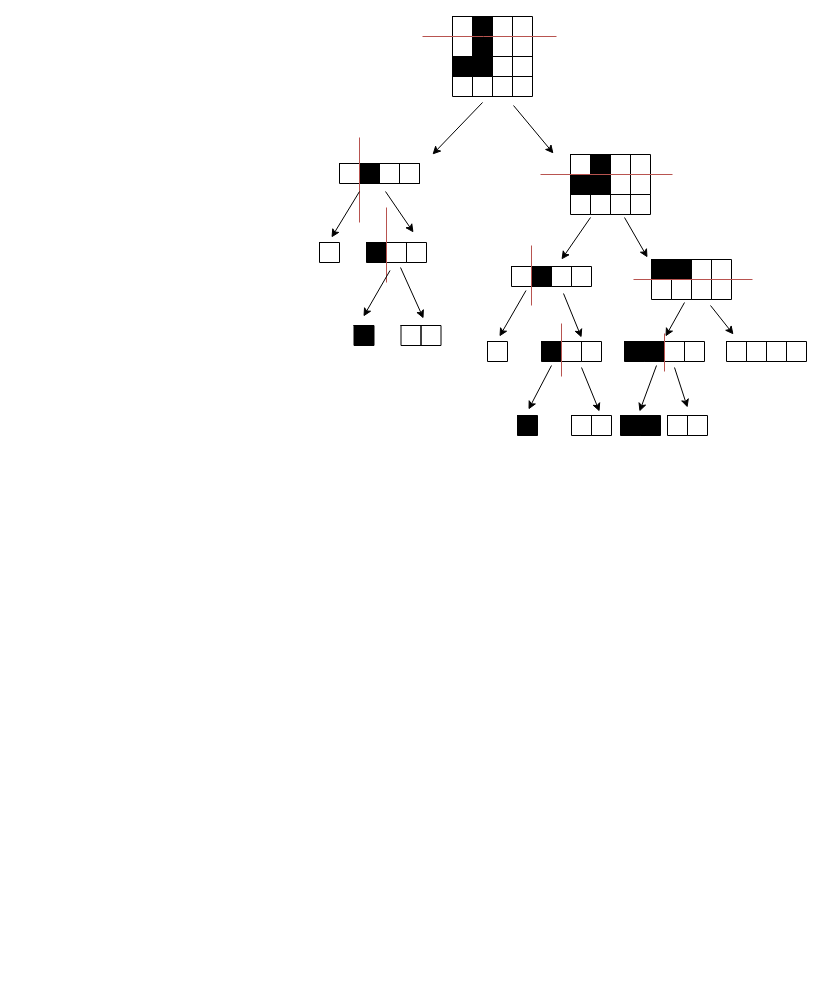
The draw.io diagram PS1.drawio in cyber-punk20/drawio, before the edit. Source tidied: cells renumbered, new cells numbered last; positions are measured from the earlier drawing's top-left corner, leaving out a move shared by most shapes. Both pictures are drawn from the tidied source at 100%, with x=0, y=0 at pixel (319, 16).
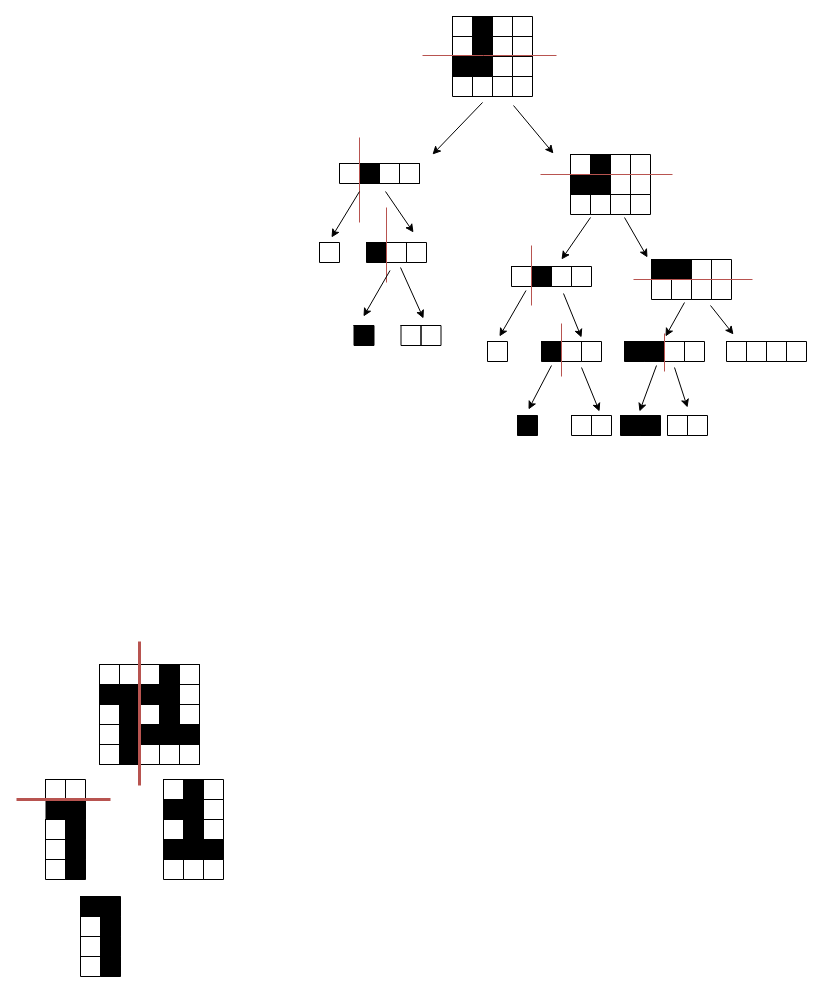
Above is the later version.

What changed in the source:
```diff
@@
     <mxCell id="23" style="endArrow=none;html=1;rounded=0;fillColor=#f8cecc;strokeColor=#b85450;" parent="1" edge="1">
       <mxGeometry relative="1" as="geometry">
-        <mxPoint x="237" y="20" as="sourcePoint" />
-        <mxPoint x="103" y="20" as="targetPoint" />
+        <mxPoint x="237" y="39" as="sourcePoint" />
+        <mxPoint x="103" y="39" as="targetPoint" />
         <Array as="points">
-          <mxPoint x="164" y="20" />
+          <mxPoint x="164" y="39" />
         </Array>
       </mxGeometry>
     </mxCell>
@@
+    <mxCell id="103" style="shape=table;startSize=0;childLayout=tableLayout;" parent="1" vertex="1">
+      <mxGeometry x="-220" y="648" width="100" height="100" as="geometry" />
+    </mxCell>
+    <mxCell id="104" style="shape=tableRow;horizontal=0;startSize=0;swimlaneHead=0;swimlaneBody=0;top=0;left=0;bottom=0;right=0;fillColor=none;" parent="103" vertex="1">
+      <mxGeometry width="100" height="20" as="geometry" />
+    </mxCell>
+    <mxCell id="105" style="shape=partialRectangle;html=1;whiteSpace=wrap;overflow=hidden;fillColor=none;top=1;left=1;bottom=1;right=1;" parent="104" vertex="1">
+      <mxGeometry width="20" height="20" as="geometry" />
+    </mxCell>
+    <mxCell id="106" style="shape=partialRectangle;html=1;whiteSpace=wrap;overflow=hidden;fillColor=#FFFFFF;top=1;left=1;bottom=1;right=1;" parent="104" vertex="1">
+      <mxGeometry x="20" width="20" height="20" as="geometry" />
+    </mxCell>
+    <mxCell id="107" style="shape=partialRectangle;html=1;whiteSpace=wrap;overflow=hidden;fillColor=none;top=1;left=1;bottom=1;right=1;" parent="104" vertex="1">
+      <mxGeometry x="40" width="20" height="20" as="geometry" />
+    </mxCell>
+    <mxCell id="108" style="shape=partialRectangle;html=1;whiteSpace=wrap;overflow=hidden;fillColor=#000000;top=1;left=1;bottom=1;right=1;" parent="104" vertex="1">
+      <mxGeometry x="60" width="20" height="20" as="geometry" />
+    </mxCell>
+    <mxCell id="109" style="shape=partialRectangle;html=1;whiteSpace=wrap;overflow=hidden;fillColor=none;top=1;left=1;bottom=1;right=1;" parent="104" vertex="1">
+      <mxGeometry x="80" width="20" height="20" as="geometry" />
+    </mxCell>
+    <mxCell id="110" style="shape=tableRow;horizontal=0;startSize=0;swimlaneHead=0;swimlaneBody=0;top=0;left=0;bottom=0;right=0;fillColor=none;" parent="103" vertex="1">
+      <mxGeometry y="20" width="100" height="20" as="geometry" />
+    </mxCell>
+    <mxCell id="111" style="shape=partialRectangle;html=1;whiteSpace=wrap;overflow=hidden;fillColor=#000000;top=0;left=0;bottom=0;right=0;" parent="110" vertex="1">
+      <mxGeometry width="20" height="20" as="geometry" />
+    </mxCell>
+    <mxCell id="112" style="shape=partialRectangle;html=1;whiteSpace=wrap;overflow=hidden;fillColor=#000000;top=0;left=0;bottom=0;right=0;" parent="110" vertex="1">
+      <mxGeometry x="20" width="20" height="20" as="geometry" />
+    </mxCell>
+    <mxCell id="113" style="shape=partialRectangle;html=1;whiteSpace=wrap;overflow=hidden;fillColor=#000000;top=0;left=0;bottom=0;right=0;" parent="110" vertex="1">
+      <mxGeometry x="40" width="20" height="20" as="geometry" />
+    </mxCell>
+    <mxCell id="114" style="shape=partialRectangle;html=1;whiteSpace=wrap;overflow=hidden;fillColor=#000000;top=1;left=1;bottom=1;right=1;" parent="110" vertex="1">
+      <mxGeometry x="60" width="20" height="20" as="geometry" />
+    </mxCell>
+    <mxCell id="115" style="shape=partialRectangle;html=1;whiteSpace=wrap;overflow=hidden;fillColor=none;top=1;left=1;bottom=1;right=1;" parent="110" vertex="1">
+      <mxGeometry x="80" width="20" height="20" as="geometry" />
+    </mxCell>
+    <mxCell id="116" style="shape=tableRow;horizontal=0;startSize=0;swimlaneHead=0;swimlaneBody=0;top=0;left=0;bottom=0;right=0;fillColor=none;" parent="103" vertex="1">
+      <mxGeometry y="40" width="100" height="20" as="geometry" />
+    </mxCell>
+    <mxCell id="117" style="shape=partialRectangle;html=1;whiteSpace=wrap;overflow=hidden;fillColor=none;top=1;left=1;bottom=1;right=1;" parent="116" vertex="1">
+      <mxGeometry width="20" height="20" as="geometry" />
+    </mxCell>
+    <mxCell id="118" style="shape=partialRectangle;html=1;whiteSpace=wrap;overflow=hidden;fillColor=#000000;top=0;left=0;bottom=0;right=0;" parent="116" vertex="1">
+      <mxGeometry x="20" width="20" height="20" as="geometry" />
+    </mxCell>
+    <mxCell id="119" style="shape=partialRectangle;html=1;whiteSpace=wrap;overflow=hidden;fillColor=none;top=0;left=0;bottom=0;right=0;" parent="116" vertex="1">
+      <mxGeometry x="40" width="20" height="20" as="geometry" />
+    </mxCell>
+    <mxCell id="120" style="shape=partialRectangle;html=1;whiteSpace=wrap;overflow=hidden;fillColor=#000000;top=1;left=1;bottom=1;right=1;" parent="116" vertex="1">
+      <mxGeometry x="60" width="20" height="20" as="geometry" />
+    </mxCell>
+    <mxCell id="121" style="shape=partialRectangle;html=1;whiteSpace=wrap;overflow=hidden;fillColor=none;top=1;left=1;bottom=1;right=1;" parent="116" vertex="1">
+      <mxGeometry x="80" width="20" height="20" as="geometry" />
+    </mxCell>
+    <mxCell id="122" style="shape=tableRow;horizontal=0;startSize=0;swimlaneHead=0;swimlaneBody=0;top=0;left=0;bottom=0;right=0;fillColor=none;" parent="103" vertex="1">
+      <mxGeometry y="60" width="100" height="20" as="geometry" />
+    </mxCell>
+    <mxCell id="123" style="shape=partialRectangle;html=1;whiteSpace=wrap;overflow=hidden;fillColor=#FFFFFF;top=1;left=1;bottom=1;right=1;" parent="122" vertex="1">
+      <mxGeometry width="20" height="20" as="geometry" />
+    </mxCell>
+    <mxCell id="124" style="shape=partialRectangle;html=1;whiteSpace=wrap;overflow=hidden;fillColor=#000000;top=1;left=1;bottom=1;right=1;" parent="122" vertex="1">
+      <mxGeometry x="20" width="20" height="20" as="geometry" />
+    </mxCell>
+    <mxCell id="125" style="shape=partialRectangle;html=1;whiteSpace=wrap;overflow=hidden;fillColor=#000000;top=1;left=1;bottom=1;right=1;" parent="122" vertex="1">
+      <mxGeometry x="40" width="20" height="20" as="geometry" />
+    </mxCell>
+    <mxCell id="126" style="shape=partialRectangle;html=1;whiteSpace=wrap;overflow=hidden;fillColor=#000000;top=1;left=1;bottom=1;right=1;" parent="122" vertex="1">
+      <mxGeometry x="60" width="20" height="20" as="geometry" />
+    </mxCell>
+    <mxCell id="127" style="shape=partialRectangle;html=1;whiteSpace=wrap;overflow=hidden;fillColor=#000000;top=1;left=1;bottom=1;right=1;" parent="122" vertex="1">
+      <mxGeometry x="80" width="20" height="20" as="geometry" />
+    </mxCell>
+    <mxCell id="128" style="shape=tableRow;horizontal=0;startSize=0;swimlaneHead=0;swimlaneBody=0;top=0;left=0;bottom=0;right=0;fillColor=none;" parent="103" vertex="1">
+      <mxGeometry y="80" width="100" height="20" as="geometry" />
+    </mxCell>
+    <mxCell id="129" style="shape=partialRectangle;html=1;whiteSpace=wrap;overflow=hidden;fillColor=none;top=1;left=1;bottom=1;right=1;" parent="128" vertex="1">
+      <mxGeometry width="20" height="20" as="geometry" />
+    </mxCell>
+    <mxCell id="130" style="shape=partialRectangle;html=1;whiteSpace=wrap;overflow=hidden;fillColor=#000000;top=1;left=1;bottom=1;right=1;" parent="128" vertex="1">
+      <mxGeometry x="20" width="20" height="20" as="geometry" />
+    </mxCell>
+    <mxCell id="131" style="shape=partialRectangle;html=1;whiteSpace=wrap;overflow=hidden;fillColor=none;top=1;left=1;bottom=1;right=1;" parent="128" vertex="1">
+      <mxGeometry x="40" width="20" height="20" as="geometry" />
+    </mxCell>
+    <mxCell id="132" style="shape=partialRectangle;html=1;whiteSpace=wrap;overflow=hidden;fillColor=#FFFFFF;top=1;left=1;bottom=1;right=1;" parent="128" vertex="1">
+      <mxGeometry x="60" width="20" height="20" as="geometry" />
+    </mxCell>
+    <mxCell id="133" style="shape=partialRectangle;html=1;whiteSpace=wrap;overflow=hidden;fillColor=none;top=1;left=1;bottom=1;right=1;" parent="128" vertex="1">
+      <mxGeometry x="80" width="20" height="20" as="geometry" />
+    </mxCell>
+    <mxCell id="134" style="endArrow=none;html=1;rounded=0;fillColor=#f8cecc;strokeColor=#b85450;strokeWidth=3;" parent="1" edge="1">
+      <mxGeometry relative="1" as="geometry">
+        <mxPoint x="-180" y="769" as="sourcePoint" />
+        <mxPoint x="-180" y="625" as="targetPoint" />
+      </mxGeometry>
+    </mxCell>
+    <mxCell id="135" style="shape=partialRectangle;html=1;whiteSpace=wrap;overflow=hidden;fillColor=none;top=1;left=1;bottom=1;right=1;" parent="1" vertex="1">
+      <mxGeometry x="-274" y="763" width="20" height="20" as="geometry" />
+    </mxCell>
+    <mxCell id="136" style="shape=partialRectangle;html=1;whiteSpace=wrap;overflow=hidden;fillColor=#FFFFFF;top=1;left=1;bottom=1;right=1;" parent="1" vertex="1">
+      <mxGeometry x="-254" y="763" width="20" height="20" as="geometry" />
+    </mxCell>
+    <mxCell id="137" style="shape=partialRectangle;html=1;whiteSpace=wrap;overflow=hidden;fillColor=#000000;top=0;left=0;bottom=0;right=0;" parent="1" vertex="1">
+      <mxGeometry x="-274" y="783" width="20" height="20" as="geometry" />
+    </mxCell>
+    <mxCell id="138" style="shape=partialRectangle;html=1;whiteSpace=wrap;overflow=hidden;fillColor=#000000;top=1;left=1;bottom=1;right=1;" parent="1" vertex="1">
+      <mxGeometry x="-254" y="783" width="20" height="20" as="geometry" />
+    </mxCell>
+    <mxCell id="139" style="shape=partialRectangle;html=1;whiteSpace=wrap;overflow=hidden;fillColor=none;top=1;left=1;bottom=1;right=1;" parent="1" vertex="1">
+      <mxGeometry x="-274" y="803" width="20" height="20" as="geometry" />
+    </mxCell>
+    <mxCell id="140" style="shape=partialRectangle;html=1;whiteSpace=wrap;overflow=hidden;fillColor=#000000;top=1;left=1;bottom=1;right=1;" parent="1" vertex="1">
+      <mxGeometry x="-254" y="803" width="20" height="20" as="geometry" />
+    </mxCell>
+    <mxCell id="141" style="shape=partialRectangle;html=1;whiteSpace=wrap;overflow=hidden;fillColor=#FFFFFF;top=1;left=1;bottom=1;right=1;" parent="1" vertex="1">
+      <mxGeometry x="-274" y="823" width="20" height="20" as="geometry" />
+    </mxCell>
+    <mxCell id="142" style="shape=partialRectangle;html=1;whiteSpace=wrap;overflow=hidden;fillColor=#000000;top=1;left=1;bottom=1;right=1;" parent="1" vertex="1">
+      <mxGeometry x="-254" y="823" width="20" height="20" as="geometry" />
+    </mxCell>
+    <mxCell id="143" style="shape=partialRectangle;html=1;whiteSpace=wrap;overflow=hidden;fillColor=none;top=1;left=1;bottom=1;right=1;" parent="1" vertex="1">
+      <mxGeometry x="-274" y="843" width="20" height="20" as="geometry" />
+    </mxCell>
+    <mxCell id="144" style="shape=partialRectangle;html=1;whiteSpace=wrap;overflow=hidden;fillColor=#000000;top=1;left=1;bottom=1;right=1;" parent="1" vertex="1">
+      <mxGeometry x="-254" y="843" width="20" height="20" as="geometry" />
+    </mxCell>
+    <mxCell id="145" style="shape=partialRectangle;html=1;whiteSpace=wrap;overflow=hidden;fillColor=none;top=1;left=1;bottom=1;right=1;" parent="1" vertex="1">
+      <mxGeometry x="-156" y="763" width="20" height="20" as="geometry" />
+    </mxCell>
+    <mxCell id="146" style="shape=partialRectangle;html=1;whiteSpace=wrap;overflow=hidden;fillColor=#000000;top=1;left=1;bottom=1;right=1;" parent="1" vertex="1">
+      <mxGeometry x="-136" y="763" width="20" height="20" as="geometry" />
+    </mxCell>
+    <mxCell id="147" style="shape=partialRectangle;html=1;whiteSpace=wrap;overflow=hidden;fillColor=none;top=1;left=1;bottom=1;right=1;" parent="1" vertex="1">
+      <mxGeometry x="-116" y="763" width="20" height="20" as="geometry" />
+    </mxCell>
+    <mxCell id="148" style="shape=partialRectangle;html=1;whiteSpace=wrap;overflow=hidden;fillColor=#000000;top=1;left=1;bottom=1;right=1;" parent="1" vertex="1">
+      <mxGeometry x="-156" y="783" width="20" height="20" as="geometry" />
+    </mxCell>
+    <mxCell id="149" style="shape=partialRectangle;html=1;whiteSpace=wrap;overflow=hidden;fillColor=#000000;top=1;left=1;bottom=1;right=1;" parent="1" vertex="1">
+      <mxGeometry x="-136" y="783" width="20" height="20" as="geometry" />
+    </mxCell>
+    <mxCell id="150" style="shape=partialRectangle;html=1;whiteSpace=wrap;overflow=hidden;fillColor=none;top=1;left=1;bottom=1;right=1;" parent="1" vertex="1">
+      <mxGeometry x="-116" y="783" width="20" height="20" as="geometry" />
+    </mxCell>
+    <mxCell id="151" style="shape=partialRectangle;html=1;whiteSpace=wrap;overflow=hidden;fillColor=none;top=1;left=1;bottom=1;right=1;" parent="1" vertex="1">
+      <mxGeometry x="-156" y="803" width="20" height="20" as="geometry" />
+    </mxCell>
+    <mxCell id="152" style="shape=partialRectangle;html=1;whiteSpace=wrap;overflow=hidden;fillColor=#000000;top=1;left=1;bottom=1;right=1;" parent="1" vertex="1">
+      <mxGeometry x="-136" y="803" width="20" height="20" as="geometry" />
+    </mxCell>
+    <mxCell id="153" style="shape=partialRectangle;html=1;whiteSpace=wrap;overflow=hidden;fillColor=none;top=1;left=1;bottom=1;right=1;" parent="1" vertex="1">
+      <mxGeometry x="-116" y="803" width="20" height="20" as="geometry" />
+    </mxCell>
+    <mxCell id="154" style="shape=partialRectangle;html=1;whiteSpace=wrap;overflow=hidden;fillColor=#000000;top=1;left=1;bottom=1;right=1;" parent="1" vertex="1">
+      <mxGeometry x="-156" y="823" width="20" height="20" as="geometry" />
+    </mxCell>
+    <mxCell id="155" style="shape=partialRectangle;html=1;whiteSpace=wrap;overflow=hidden;fillColor=#000000;top=1;left=1;bottom=1;right=1;" parent="1" vertex="1">
+      <mxGeometry x="-136" y="823" width="20" height="20" as="geometry" />
+    </mxCell>
+    <mxCell id="156" style="shape=partialRectangle;html=1;whiteSpace=wrap;overflow=hidden;fillColor=#000000;top=1;left=1;bottom=1;right=1;" parent="1" vertex="1">
+      <mxGeometry x="-116" y="823" width="20" height="20" as="geometry" />
+    </mxCell>
+    <mxCell id="157" style="shape=partialRectangle;html=1;whiteSpace=wrap;overflow=hidden;fillColor=none;top=1;left=1;bottom=1;right=1;" parent="1" vertex="1">
+      <mxGeometry x="-156" y="843" width="20" height="20" as="geometry" />
+    </mxCell>
+    <mxCell id="158" style="shape=partialRectangle;html=1;whiteSpace=wrap;overflow=hidden;fillColor=#FFFFFF;top=1;left=1;bottom=1;right=1;" parent="1" vertex="1">
+      <mxGeometry x="-136" y="843" width="20" height="20" as="geometry" />
+    </mxCell>
+    <mxCell id="159" style="shape=partialRectangle;html=1;whiteSpace=wrap;overflow=hidden;fillColor=none;top=1;left=1;bottom=1;right=1;" parent="1" vertex="1">
+      <mxGeometry x="-116" y="843" width="20" height="20" as="geometry" />
+    </mxCell>
+    <mxCell id="160" style="endArrow=none;html=1;rounded=0;fillColor=#f8cecc;strokeColor=#b85450;strokeWidth=3;" parent="1" edge="1">
+      <mxGeometry relative="1" as="geometry">
+        <mxPoint x="-303" y="783" as="sourcePoint" />
+        <mxPoint x="-209" y="783" as="targetPoint" />
+      </mxGeometry>
+    </mxCell>
+    <mxCell id="161" style="shape=partialRectangle;html=1;whiteSpace=wrap;overflow=hidden;fillColor=#000000;top=1;left=1;bottom=1;right=1;" parent="1" vertex="1">
+      <mxGeometry x="-239" y="880" width="20" height="20" as="geometry" />
+    </mxCell>
+    <mxCell id="162" style="shape=partialRectangle;html=1;whiteSpace=wrap;overflow=hidden;fillColor=#000000;top=1;left=1;bottom=1;right=1;" parent="1" vertex="1">
+      <mxGeometry x="-219" y="880" width="20" height="20" as="geometry" />
+    </mxCell>
+    <mxCell id="163" style="shape=partialRectangle;html=1;whiteSpace=wrap;overflow=hidden;fillColor=none;top=1;left=1;bottom=1;right=1;" parent="1" vertex="1">
+      <mxGeometry x="-239" y="900" width="20" height="20" as="geometry" />
+    </mxCell>
+    <mxCell id="164" style="shape=partialRectangle;html=1;whiteSpace=wrap;overflow=hidden;fillColor=#000000;top=1;left=1;bottom=1;right=1;" parent="1" vertex="1">
+      <mxGeometry x="-219" y="900" width="20" height="20" as="geometry" />
+    </mxCell>
+    <mxCell id="165" style="shape=partialRectangle;html=1;whiteSpace=wrap;overflow=hidden;fillColor=#FFFFFF;top=1;left=1;bottom=1;right=1;" parent="1" vertex="1">
+      <mxGeometry x="-239" y="920" width="20" height="20" as="geometry" />
+    </mxCell>
+    <mxCell id="166" style="shape=partialRectangle;html=1;whiteSpace=wrap;overflow=hidden;fillColor=#000000;top=1;left=1;bottom=1;right=1;" parent="1" vertex="1">
+      <mxGeometry x="-219" y="920" width="20" height="20" as="geometry" />
+    </mxCell>
+    <mxCell id="167" style="shape=partialRectangle;html=1;whiteSpace=wrap;overflow=hidden;fillColor=none;top=1;left=1;bottom=1;right=1;" parent="1" vertex="1">
+      <mxGeometry x="-239" y="940" width="20" height="20" as="geometry" />
+    </mxCell>
+    <mxCell id="168" style="shape=partialRectangle;html=1;whiteSpace=wrap;overflow=hidden;fillColor=#000000;top=1;left=1;bottom=1;right=1;" parent="1" vertex="1">
+      <mxGeometry x="-219" y="940" width="20" height="20" as="geometry" />
+    </mxCell>
```
